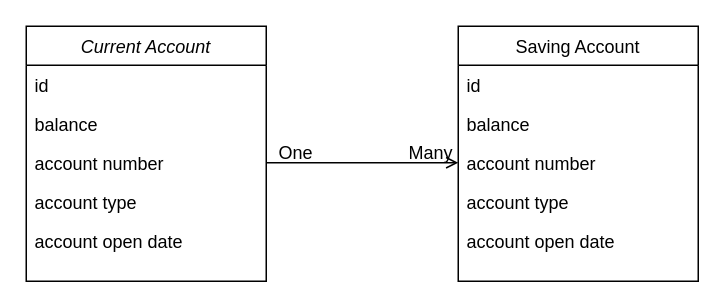
This is Untitled Diagram.drawio from S1cca/Project_QA, a draw.io file, before an edit. Source tidied: cells renumbered, new cells numbered last; positions are measured from the earlier drawing's top-left corner, leaving out a move shared by most shapes. Both pictures are drawn from the tidied source at 150%, with x=0, y=0 at pixel (26, 26).
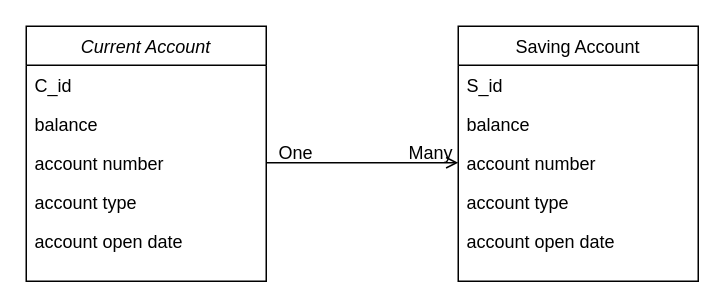
Above is the later version.

Diff of the diagram source:
```diff
@@
 <mxGraphModel background="#FFFFFF">
   <root>
     <mxCell id="0" />
     <mxCell id="1" parent="0" />
     <mxCell id="2" value="Current Account" style="swimlane;fontStyle=2;align=center;verticalAlign=top;horizontal=1;startSize=26;rounded=0;shadow=0;strokeWidth=1;labelBackgroundColor=none;labelBorderColor=none;gradientColor=none;swimlaneFillColor=none;" parent="1" vertex="1">
       <mxGeometry width="160" height="170" as="geometry" />
     </mxCell>
-    <mxCell id="3" value="id" style="text;align=left;verticalAlign=top;spacingLeft=4;spacingRight=4;overflow=hidden;labelBackgroundColor=none;labelBorderColor=none;" parent="2" vertex="1">
+    <mxCell id="3" value="C_id" style="text;align=left;verticalAlign=top;spacingLeft=4;spacingRight=4;overflow=hidden;labelBackgroundColor=none;labelBorderColor=none;" parent="2" vertex="1">
       <mxGeometry y="26" width="160" height="26" as="geometry" />
     </mxCell>
     <mxCell id="4" value="balance  " style="text;align=left;verticalAlign=top;spacingLeft=4;spacingRight=4;overflow=hidden;rounded=0;shadow=0;html=0;labelBackgroundColor=none;labelBorderColor=none;" parent="2" vertex="1">
       <mxGeometry y="52" width="160" height="26" as="geometry" />
     </mxCell>
     <mxCell id="5" value="account number &#10;&#10;" style="text;align=left;verticalAlign=top;spacingLeft=4;spacingRight=4;overflow=hidden;points=[[0,0.5],[1,0.5]];portConstraint=eastwest;rounded=0;shadow=0;html=0;labelBackgroundColor=none;labelBorderColor=none;" parent="2" vertex="1">
       <mxGeometry y="78" width="160" height="26" as="geometry" />
     </mxCell>
     <mxCell id="6" value="account type" style="text;align=left;verticalAlign=top;spacingLeft=4;spacingRight=4;overflow=hidden;labelBackgroundColor=none;labelBorderColor=none;" parent="2" vertex="1">
       <mxGeometry y="104" width="160" height="26" as="geometry" />
     </mxCell>
     <mxCell id="7" value="account open date" style="text;align=left;verticalAlign=top;spacingLeft=4;spacingRight=4;overflow=hidden;labelBackgroundColor=none;labelBorderColor=none;" parent="2" vertex="1">
       <mxGeometry y="130" width="160" height="26" as="geometry" />
     </mxCell>
     <mxCell id="8" value="Saving Account" style="swimlane;fontStyle=0;align=center;verticalAlign=top;horizontal=1;startSize=26;rounded=0;shadow=0;strokeWidth=1;" parent="1" vertex="1">
       <mxGeometry x="288" width="160" height="170" as="geometry" />
     </mxCell>
-    <mxCell id="9" value="id    " style="text;align=left;verticalAlign=top;spacingLeft=4;spacingRight=4;overflow=hidden;" parent="8" vertex="1">
+    <mxCell id="9" value="S_id    " style="text;align=left;verticalAlign=top;spacingLeft=4;spacingRight=4;overflow=hidden;" parent="8" vertex="1">
       <mxGeometry y="26" width="160" height="26" as="geometry" />
     </mxCell>
     <mxCell id="10" value="balance" style="text;align=left;verticalAlign=top;spacingLeft=4;spacingRight=4;overflow=hidden;rounded=0;shadow=0;" parent="8" vertex="1">
       <mxGeometry y="52" width="160" height="26" as="geometry" />
     </mxCell>
     <mxCell id="11" value="account number" style="text;align=left;verticalAlign=top;spacingLeft=4;spacingRight=4;overflow=hidden;rounded=0;shadow=0;" parent="8" vertex="1">
       <mxGeometry y="78" width="160" height="26" as="geometry" />
     </mxCell>
     <mxCell id="12" value="account type" style="text;align=left;verticalAlign=top;spacingLeft=4;spacingRight=4;overflow=hidden;labelBackgroundColor=none;labelBorderColor=none;" parent="8" vertex="1">
       <mxGeometry y="104" width="160" height="26" as="geometry" />
     </mxCell>
     <mxCell id="13" value="account open date" style="text;align=left;verticalAlign=top;spacingLeft=4;spacingRight=4;overflow=hidden;rounded=0;shadow=0;" parent="8" vertex="1">
       <mxGeometry y="130" width="160" height="26" as="geometry" />
     </mxCell>
     <mxCell id="14" style="endArrow=open;shadow=0;strokeWidth=1;rounded=0;endFill=1;edgeStyle=elbowEdgeStyle;elbow=vertical;" parent="1" edge="1" source="5" target="8">
       <mxGeometry x="0.5" y="41" relative="1" as="geometry">
         <mxPoint x="-40" y="32" as="offset" />
       </mxGeometry>
     </mxCell>
     <mxCell id="15" value="One" style="text;html=1;strokeColor=none;fillColor=none;align=center;verticalAlign=middle;whiteSpace=wrap;rounded=0;shadow=0;labelBackgroundColor=none;labelBorderColor=none;" parent="1" vertex="1">
       <mxGeometry x="150" y="70" width="60" height="30" as="geometry" />
     </mxCell>
     <mxCell id="16" value="Many" style="text;html=1;strokeColor=none;fillColor=none;align=center;verticalAlign=middle;whiteSpace=wrap;rounded=0;shadow=0;labelBackgroundColor=none;labelBorderColor=none;" parent="1" vertex="1">
       <mxGeometry x="240" y="70" width="60" height="30" as="geometry" />
     </mxCell>
   </root>
 </mxGraphModel>
```
